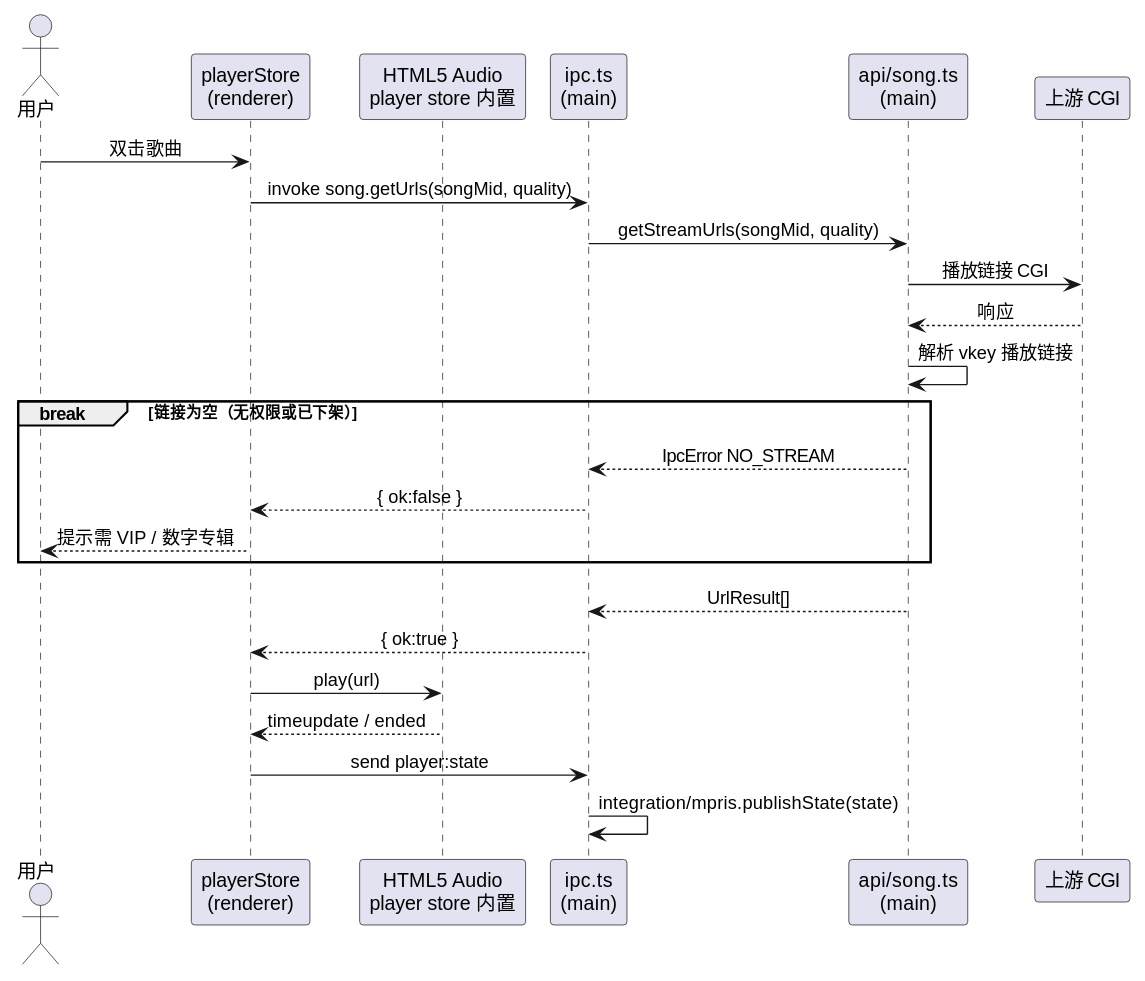
54m43lJ/LycheePlayer keeps this PlantUML diagram as diagram/seq-play.svg. Above is the earlier version.
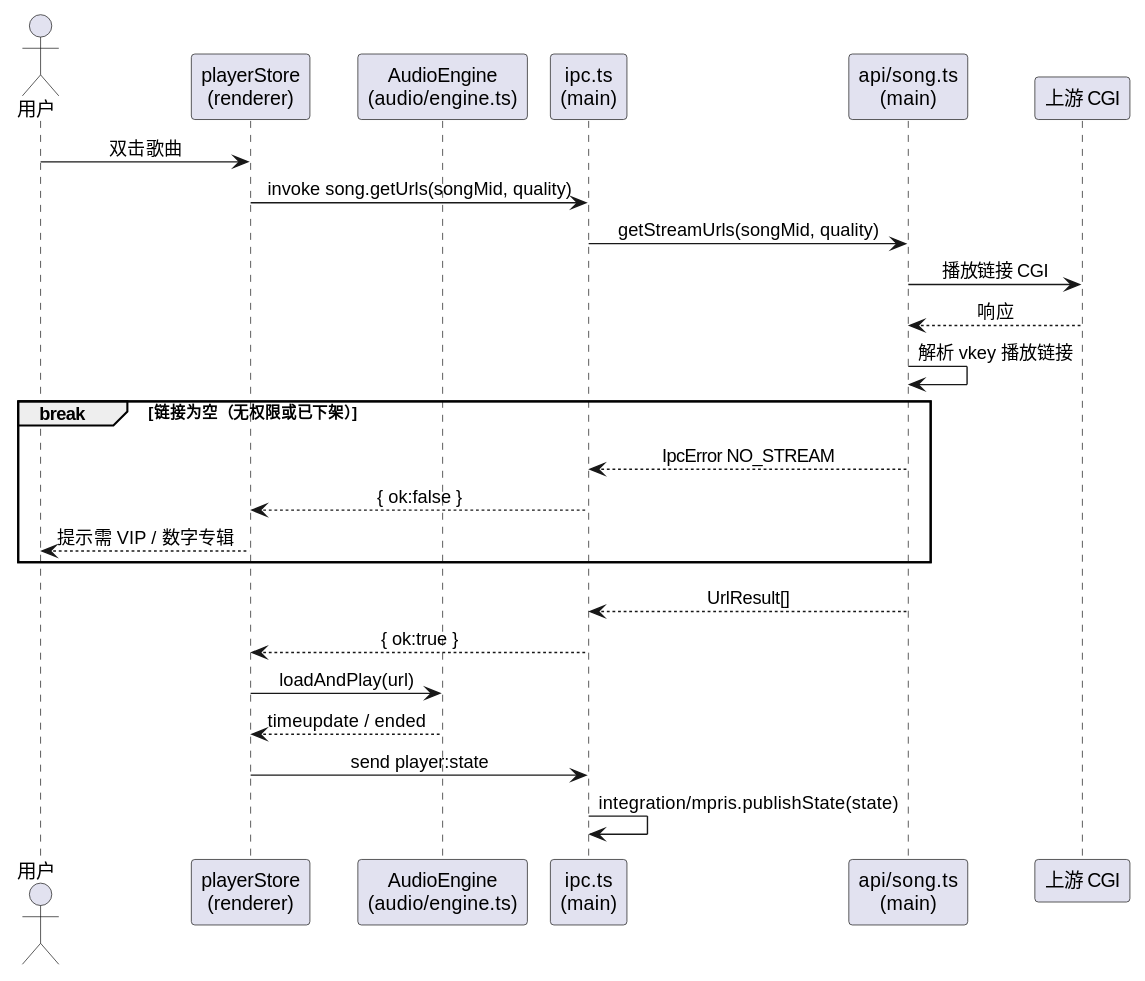
After the change.

Commit message:
refactor: 抽出 AudioEngine 模块（拍板 PENDING #12）

Diff of the diagram source:
```diff
@@ -4,7 +4,7 @@
 
 actor 用户 as U
 participant "playerStore\n(renderer)" as S
-participant "HTML5 Audio\nplayer store 内置" as A
+participant "AudioEngine\n(audio/engine.ts)" as A
 participant "ipc.ts\n(main)" as IPC
 participant "api/song.ts\n(main)" as SG
 participant "上游 CGI" as UP
@@ -24,7 +24,7 @@
 
 SG --> IPC : UrlResult[]
 IPC --> S : { ok:true }
-S -> A : play(url)
+S -> A : loadAndPlay(url)
 A --> S : timeupdate / ended
 S -> IPC : send player:state
 IPC -> IPC : integration/mpris.publishState(state)
```
